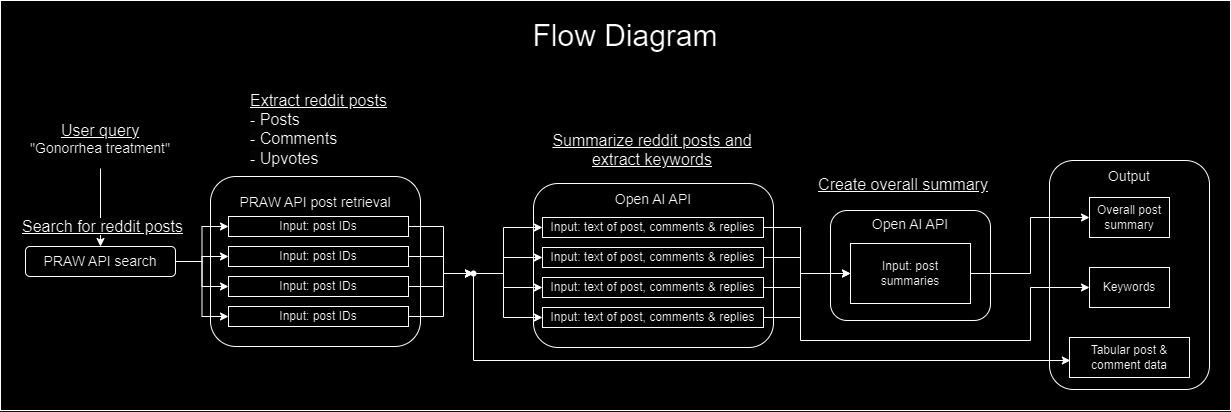
L33T-Snack3r/reddit-search keeps this draw.io diagram as img/Flowdiagram.png. Above is the earlier version. Source tidied: cells renumbered, new cells last; positions are measured from the earlier drawing's top-left corner, leaving out a move shared by most shapes.
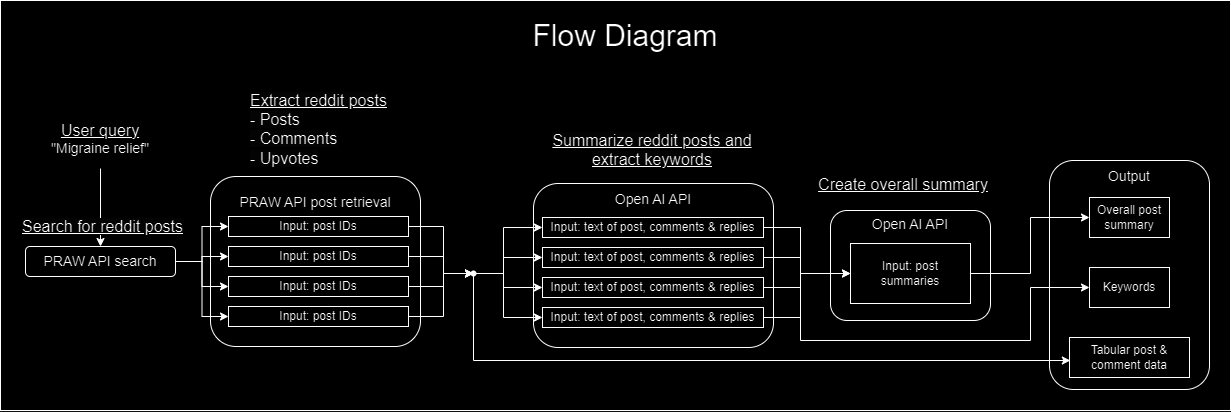
Later version of the same file.

Change to the diagram source:
```diff
@@ -11,7 +11,7 @@
     <mxCell id="4" style="edgeStyle=orthogonalEdgeStyle;rounded=0;jettySize=auto;html=1;entryX=0.5;entryY=0;entryDx=0;entryDy=0;" parent="1" edge="1" source="5" target="6">
       <mxGeometry relative="1" as="geometry" />
     </mxCell>
-    <mxCell id="5" value="&lt;font style=&quot;font-size: 16px;&quot;&gt;&lt;u&gt;User query&lt;/u&gt;&lt;/font&gt;&lt;div&gt;&lt;font style=&quot;font-size: 14px;&quot;&gt;&quot;Gonorrhea treatment&quot;&lt;/font&gt;&lt;/div&gt;" style="text;html=1;align=center;verticalAlign=middle;whiteSpace=wrap;rounded=0;" parent="1" vertex="1">
+    <mxCell id="5" value="&lt;font style=&quot;font-size: 16px;&quot;&gt;&lt;u&gt;User query&lt;/u&gt;&lt;/font&gt;&lt;div&gt;&lt;font style=&quot;font-size: 14px;&quot;&gt;&quot;Migraine relief&quot;&lt;/font&gt;&lt;/div&gt;" style="text;html=1;align=center;verticalAlign=middle;whiteSpace=wrap;rounded=0;" parent="1" vertex="1">
       <mxGeometry x="20" y="108" width="160" height="60" as="geometry" />
     </mxCell>
     <mxCell id="6" value="&lt;div&gt;&lt;font style=&quot;font-size: 14px;&quot;&gt;PRAW API search&lt;/font&gt;&lt;/div&gt;" style="rounded=1;whiteSpace=wrap;html=1;" parent="1" vertex="1">
```
